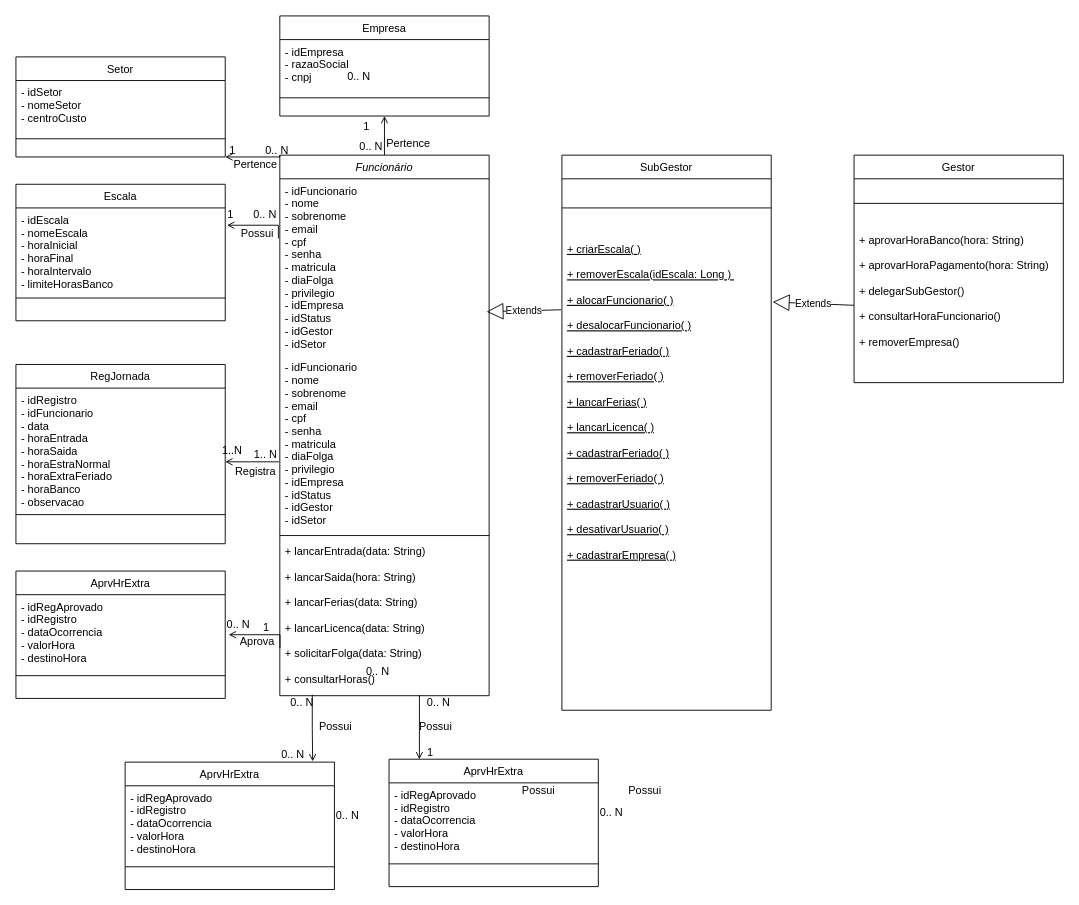
Above: 02-Draw.IO/diagrama-de-classes.drawio in samirnagib/ibmr-sgep-doc (draw.io), before the change. Source tidied: cells renumbered, new cells numbered last; positions are measured from the earlier drawing's top-left corner, leaving out a move shared by most shapes. Both pictures are drawn from the tidied source at 91%, with x=0, y=0 at pixel (15, 15).
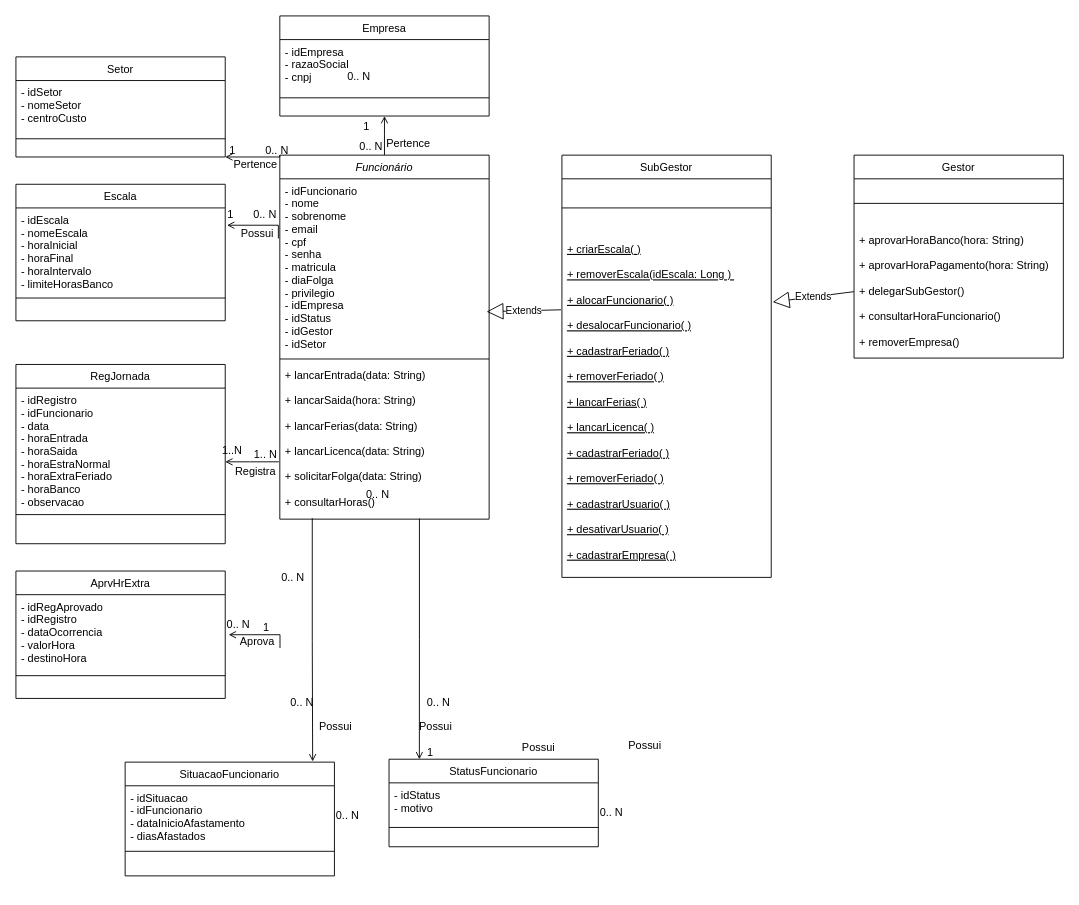
After the change.

The edit, as a diff of the source:
```diff
@@
     <mxCell id="6" value="Funcionário" style="swimlane;fontStyle=2;align=center;verticalAlign=top;horizontal=1;startSize=26;rounded=0;shadow=0;strokeWidth=1;" parent="1" vertex="1">
-      <mxGeometry x="290" y="153" width="230" height="594" as="geometry" />
+      <mxGeometry x="290" y="153" width="230" height="400" as="geometry" />
     </mxCell>
@@
-    <mxCell id="9" value="- idFuncionario&#10;- nome&#10;- sobrenome&#10;- email&#10;- cpf&#10;- senha&#10;- matricula&#10;- diaFolga&#10;- privilegio&#10;- idEmpresa&#10;- idStatus&#10;- idGestor&#10;- idSetor&#10;" style="text;align=left;verticalAlign=top;spacingLeft=4;spacingRight=4;overflow=hidden;" parent="6" vertex="1">
-      <mxGeometry y="220" width="230" height="194" as="geometry" />
-    </mxCell>
     <mxCell id="10" style="line;html=1;strokeWidth=1;align=left;verticalAlign=middle;spacingTop=-1;spacingLeft=3;spacingRight=3;labelPosition=right;" parent="6" vertex="1">
-      <mxGeometry y="414" width="230" height="8" as="geometry" />
+      <mxGeometry y="220" width="230" height="8" as="geometry" />
     </mxCell>
     <mxCell id="11" value="+ lancarEntrada(data: String)&#10;&#10;+ lancarSaida(hora: String)&#10;&#10;+ lancarFerias(data: String)&#10;&#10;+ lancarLicenca(data: String)&#10;&#10;+ solicitarFolga(data: String)&#10;&#10;+ consultarHoras()" style="text;align=left;verticalAlign=top;spacingLeft=4;spacingRight=4;overflow=hidden;points=[[0,0.5],[1,0.5]];portConstraint=eastwest;fontStyle=0;" parent="6" vertex="1">
-      <mxGeometry y="422" width="230" height="172" as="geometry" />
+      <mxGeometry y="228" width="230" height="172" as="geometry" />
     </mxCell>
@@
     <mxCell id="31" value="Gestor&#10;" style="swimlane;fontStyle=0;align=center;verticalAlign=top;horizontal=1;startSize=26;rounded=0;shadow=0;strokeWidth=1;" parent="1" vertex="1">
-      <mxGeometry x="921" y="153" width="230" height="250" as="geometry" />
+      <mxGeometry x="921" y="153" width="230" height="223" as="geometry" />
     </mxCell>
@@
     <mxCell id="33" value="+ aprovarHoraBanco(hora: String)&#10;&#10;+ aprovarHoraPagamento(hora: String)&#10;&#10;+ delegarSubGestor()&#10;&#10;+ consultarHoraFuncionario()&#10;&#10;+ removerEmpresa()&#10;" style="text;align=left;verticalAlign=top;spacingLeft=4;spacingRight=4;overflow=hidden;points=[[0,0.5],[1,0.5]];portConstraint=eastwest;fontStyle=0;" parent="31" vertex="1">
-      <mxGeometry y="80" width="230" height="170" as="geometry" />
+      <mxGeometry y="80" width="230" height="140" as="geometry" />
     </mxCell>
     <mxCell id="34" value="SubGestor" style="swimlane;fontStyle=0;align=center;verticalAlign=top;horizontal=1;startSize=26;rounded=0;shadow=0;strokeWidth=1;" parent="1" vertex="1">
-      <mxGeometry x="600" y="153" width="230" height="610" as="geometry" />
+      <mxGeometry x="600" y="153" width="230" height="464" as="geometry" />
     </mxCell>
@@
-    <mxCell id="53" value="AprvHrExtra" style="swimlane;fontStyle=0;align=center;verticalAlign=top;horizontal=1;startSize=26;rounded=0;shadow=0;strokeWidth=1;" parent="1" vertex="1">
-      <mxGeometry x="120" y="820" width="230" height="140" as="geometry" />
+    <mxCell id="53" value="SituacaoFuncionario" style="swimlane;fontStyle=0;align=center;verticalAlign=top;horizontal=1;startSize=26;rounded=0;shadow=0;strokeWidth=1;" parent="1" vertex="1">
+      <mxGeometry x="120" y="820" width="230" height="125" as="geometry" />
     </mxCell>
-    <mxCell id="54" value="- idRegAprovado&#10;- idRegistro&#10;- dataOcorrencia&#10;- valorHora&#10;- destinoHora" style="text;align=left;verticalAlign=top;spacingLeft=4;spacingRight=4;overflow=hidden;" parent="53" vertex="1">
-      <mxGeometry y="26" width="230" height="84" as="geometry" />
+    <mxCell id="54" value="- idSituacao&#10;- idFuncionario&#10;- dataInicioAfastamento&#10;- diasAfastados" style="text;align=left;verticalAlign=top;spacingLeft=4;spacingRight=4;overflow=hidden;" parent="53" vertex="1">
+      <mxGeometry y="26" width="230" height="67" as="geometry" />
     </mxCell>
     <mxCell id="55" style="line;html=1;strokeWidth=1;align=left;verticalAlign=middle;spacingTop=-1;spacingLeft=3;spacingRight=3;labelPosition=right;" parent="53" vertex="1">
-      <mxGeometry y="110" width="230" height="10" as="geometry" />
+      <mxGeometry y="93" width="230" height="10" as="geometry" />
     </mxCell>
@@
-    <mxCell id="57" value="AprvHrExtra" style="swimlane;fontStyle=0;align=center;verticalAlign=top;horizontal=1;startSize=26;rounded=0;shadow=0;strokeWidth=1;" parent="1" vertex="1">
-      <mxGeometry x="410" y="816.8" width="230" height="140" as="geometry" />
+    <mxCell id="57" value="StatusFuncionario&#10;" style="swimlane;fontStyle=0;align=center;verticalAlign=top;horizontal=1;startSize=26;rounded=0;shadow=0;strokeWidth=1;" parent="1" vertex="1">
+      <mxGeometry x="410" y="816.8" width="230" height="96.2" as="geometry" />
     </mxCell>
-    <mxCell id="58" value="- idRegAprovado&#10;- idRegistro&#10;- dataOcorrencia&#10;- valorHora&#10;- destinoHora" style="text;align=left;verticalAlign=top;spacingLeft=4;spacingRight=4;overflow=hidden;" parent="57" vertex="1">
-      <mxGeometry y="26" width="230" height="84" as="geometry" />
+    <mxCell id="58" value="- idStatus&#10;- motivo" style="text;align=left;verticalAlign=top;spacingLeft=4;spacingRight=4;overflow=hidden;" parent="57" vertex="1">
+      <mxGeometry y="26" width="230" height="44" as="geometry" />
     </mxCell>
     <mxCell id="59" style="line;html=1;strokeWidth=1;align=left;verticalAlign=middle;spacingTop=-1;spacingLeft=3;spacingRight=3;labelPosition=right;" parent="57" vertex="1">
-      <mxGeometry y="110" width="230" height="10" as="geometry" />
+      <mxGeometry y="70" width="230" height="10" as="geometry" />
     </mxCell>
```
